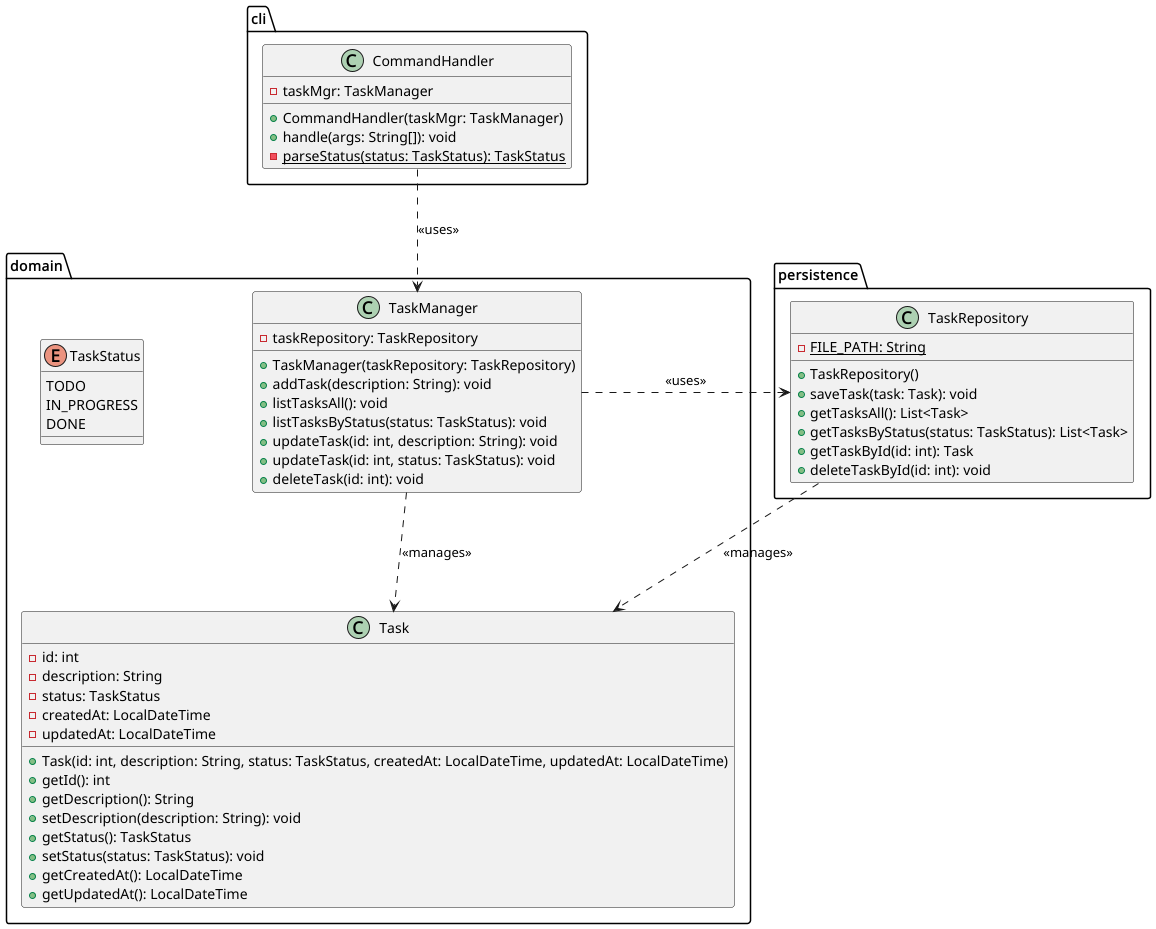
Above: uml/uml.png in mmistika/task-cli (PlantUML), before the change. The source it was exported from:
```plantuml
@startuml

skinparam ranksep 100
skinparam nodesep 100

package "cli" {
    class CommandHandler {
        - taskMgr: TaskManager
        + CommandHandler(taskMgr: TaskManager)
        + handle(args: String[]): void
        - {static} parseStatus(status: TaskStatus): TaskStatus
    }
}

package "domain" {
    enum TaskStatus {
        TODO
        IN_PROGRESS
        DONE
    }

    class Task {
        - id: int
        - description: String
        - status: TaskStatus
        - createdAt: LocalDateTime
        - updatedAt: LocalDateTime
        + Task(id: int, description: String, status: TaskStatus, createdAt: LocalDateTime, updatedAt: LocalDateTime)
        + getId(): int
        + getDescription(): String
        + setDescription(description: String): void
        + getStatus(): TaskStatus
        + setStatus(status: TaskStatus): void
        + getCreatedAt(): LocalDateTime
        + getUpdatedAt(): LocalDateTime
    }

    class TaskManager {
        - taskRepository: TaskRepository
        + TaskManager(taskRepository: TaskRepository)
        + addTask(description: String): void
        + listTasksAll(): void
        + listTasksByStatus(status: TaskStatus): void
        + updateTask(id: int, description: String): void
        + updateTask(id: int, status: TaskStatus): void
        + deleteTask(id: int): void
    }
}

package "persistence" {
    class TaskRepository {
        - {static} FILE_PATH: String
        + TaskRepository()
        + saveTask(task: Task): void
        + getTasksAll(): List<Task>
        + getTasksByStatus(status: TaskStatus): List<Task>
        + getTaskById(id: int): Task
        + deleteTaskById(id: int): void
    }
}

CommandHandler ..> TaskManager : <<uses>>
TaskManager ..> Task : <<manages>>
TaskManager ..> TaskRepository : <<uses>>
TaskRepository ..> Task : <<manages>>

@enduml
```
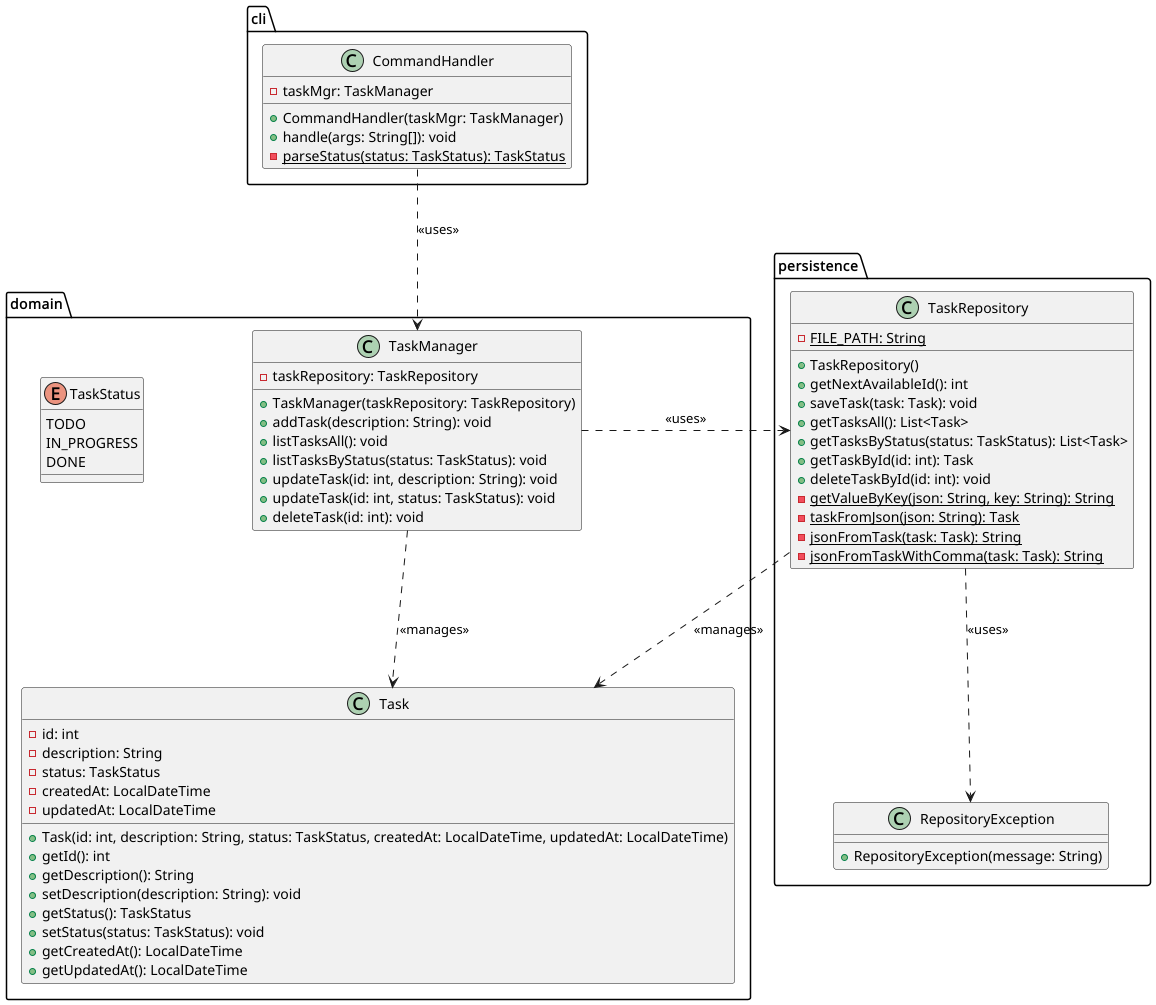
After the change.

Commit message:
docs: add RepositoryException class

What changed in the source:
```diff
@@ -51,11 +51,20 @@
     class TaskRepository {
         - {static} FILE_PATH: String
         + TaskRepository()
+        + getNextAvailableId(): int
         + saveTask(task: Task): void
         + getTasksAll(): List<Task>
         + getTasksByStatus(status: TaskStatus): List<Task>
         + getTaskById(id: int): Task
         + deleteTaskById(id: int): void
+        - {static} getValueByKey(json: String, key: String): String
+        - {static} taskFromJson(json: String): Task
+        - {static} jsonFromTask(task: Task): String
+        - {static} jsonFromTaskWithComma(task: Task): String
+    }
+
+    class RepositoryException {
+        + RepositoryException(message: String)
     }
 }
 
@@ -63,5 +72,6 @@
 TaskManager ..> Task : <<manages>>
 TaskManager ..> TaskRepository : <<uses>>
 TaskRepository ..> Task : <<manages>>
+TaskRepository ..> RepositoryException: <<uses>>
 
 @enduml
```
